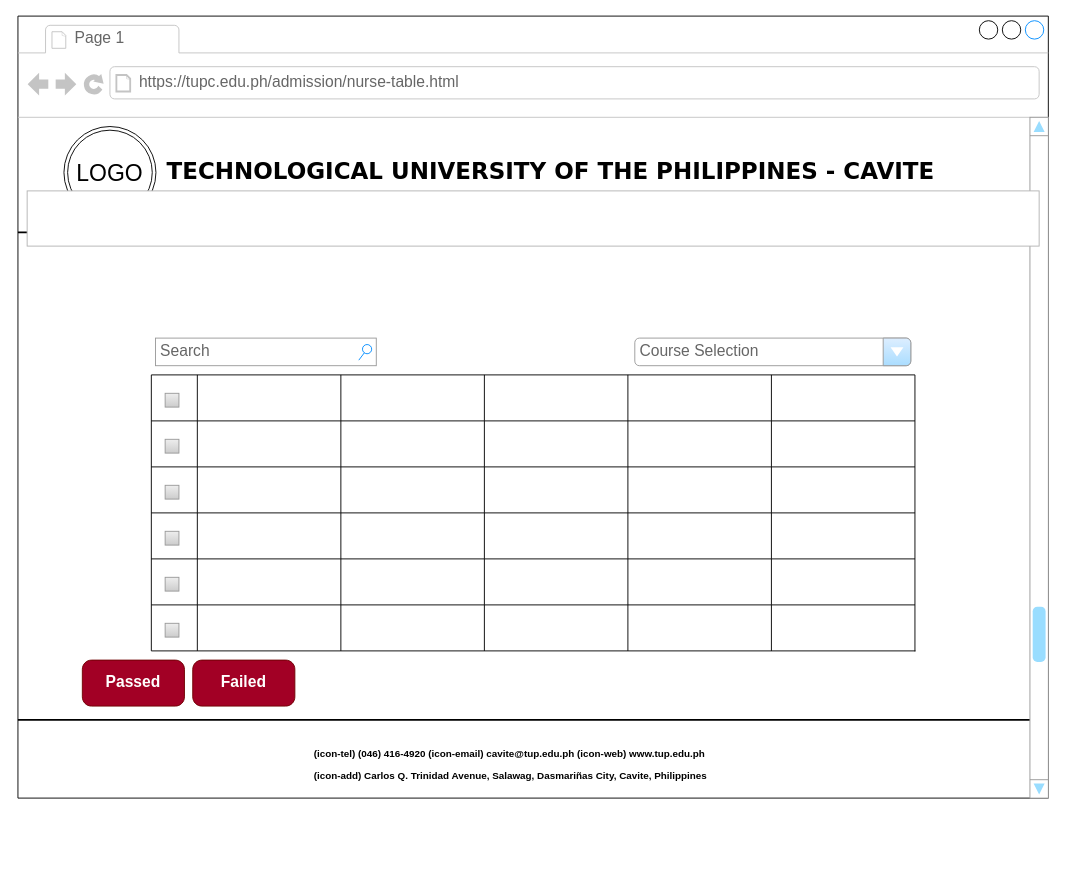
Above: wireframe/Nurse-table.drawio in paofrencillo/WEB-APP (draw.io), before the change. Source tidied: cells renumbered, new cells numbered last; positions are measured from the earlier drawing's top-left corner, leaving out a move shared by most shapes. Both pictures are drawn from the tidied source at 92%, with x=0, y=0 at pixel (17, 16).
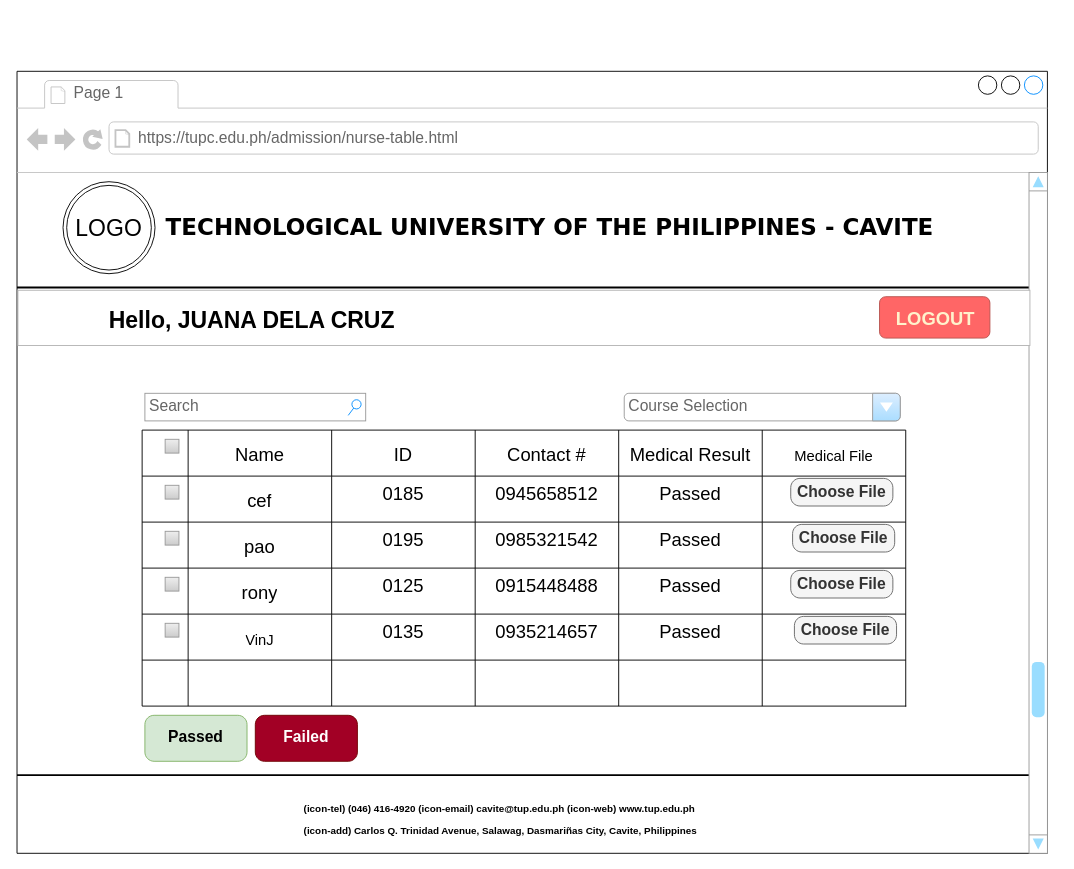
The same page after the edit.

Commit message (it also covers changes not shown here):
lagyan mo ng download button cef sa nurse table

The change refers to these unchanged cells:
```xml
<mxCell id="17" style="shape=partialRectangle;html=1;whiteSpace=wrap;fillColor=none;top=0;left=0;bottom=0;right=0;rounded=1;fontSize=29;align=center;verticalAlign=top;" parent="16" vertex="1">
  <mxGeometry width="830" height="50" as="geometry" />
</mxCell>
<mxCell id="24" style="shape=partialRectangle;html=1;whiteSpace=wrap;fillColor=none;top=0;left=0;bottom=0;right=0;rounded=1;fontSize=29;align=center;verticalAlign=top;" parent="16" vertex="1">
  <mxGeometry y="50" width="830" height="50" as="geometry" />
</mxCell>
<mxCell id="31" style="shape=partialRectangle;html=1;whiteSpace=wrap;fillColor=none;top=0;left=0;bottom=0;right=0;rounded=1;fontSize=29;align=center;verticalAlign=top;" parent="16" vertex="1">
  <mxGeometry y="100" width="830" height="50" as="geometry" />
</mxCell>
<mxCell id="38" style="shape=partialRectangle;html=1;whiteSpace=wrap;fillColor=none;top=0;left=0;bottom=0;right=0;rounded=1;fontSize=29;align=center;verticalAlign=top;" parent="16" vertex="1">
  <mxGeometry y="150" width="830" height="50" as="geometry" />
</mxCell>
<mxCell id="45" style="shape=partialRectangle;html=1;whiteSpace=wrap;fillColor=none;top=0;left=0;bottom=0;right=0;rounded=1;fontSize=29;align=center;verticalAlign=top;" parent="16" vertex="1">
  <mxGeometry y="200" width="830" height="50" as="geometry" />
</mxCell>
```

The edit, as a diff of the source:
```diff
@@
     <mxCell id="2" style="strokeWidth=1;shadow=0;dashed=0;align=center;html=1;shape=mxgraph.mockup.containers.browserWindow;rSize=0;strokeColor2=#008cff;strokeColor3=#c4c4c4;mainText=,;fontSize=25;spacing=1;" parent="1" vertex="1">
-      <mxGeometry width="1120" height="850" as="geometry" />
+      <mxGeometry x="-1" y="60" width="1120" height="850" as="geometry" />
     </mxCell>
@@
     <mxCell id="10" value="&lt;span style=&quot;font-family: &amp;#34;euphemia&amp;#34; ; font-size: 10.72px ; font-weight: 700&quot;&gt;(icon-tel) (046) 416-4920 (icon-email) cavite@tup.edu.ph (icon-web) www.tup.edu.ph&lt;br&gt;&lt;/span&gt;&lt;span style=&quot;font-family: &amp;#34;euphemia&amp;#34; ; font-size: 10.72px ; font-weight: 700&quot;&gt;(icon-add) Carlos Q. Trinidad Avenue, Salawag, Dasmariñas City, Cavite, Philippines&lt;/span&gt;&lt;span style=&quot;font-family: &amp;#34;euphemia&amp;#34; ; font-size: 10.72px ; font-weight: 700&quot;&gt;&lt;br&gt;&lt;/span&gt;" style="rounded=0;whiteSpace=wrap;html=1;fontSize=20;strokeWidth=1;fillColor=none;align=left;verticalAlign=top;strokeColor=none;" parent="2" vertex="1">
-      <mxGeometry x="320" y="780" width="480" height="60" as="geometry" />
+      <mxGeometry x="310" y="780" width="480" height="60" as="geometry" />
     </mxCell>
     <mxCell id="11" value="Search" style="strokeWidth=1;shadow=0;dashed=0;align=center;html=1;shape=mxgraph.mockup.forms.searchBox;strokeColor=#999999;mainText=;strokeColor2=#008cff;fontColor=#666666;fontSize=17;align=left;spacingLeft=3;rounded=0;fillColor=#FFFFFF;" parent="2" vertex="1">
-      <mxGeometry x="149.5" y="350" width="240" height="30" as="geometry" />
+      <mxGeometry x="139" y="350" width="240" height="30" as="geometry" />
     </mxCell>
     <mxCell id="12" value="Course Selection" style="strokeWidth=1;shadow=0;dashed=0;align=center;html=1;shape=mxgraph.mockup.forms.comboBox;strokeColor=#999999;fillColor=#ddeeff;align=left;fillColor2=#aaddff;mainText=;fontColor=#666666;fontSize=17;spacingLeft=3;rounded=0;" parent="2" vertex="1">
-      <mxGeometry x="670.5" y="350" width="300" height="30" as="geometry" />
+      <mxGeometry x="660" y="350" width="300" height="30" as="geometry" />
     </mxCell>
-    <mxCell id="13" value="Passed" style="strokeWidth=1;shadow=0;dashed=0;align=center;html=1;shape=mxgraph.mockup.buttons.button;strokeColor=#6F0000;fontColor=#ffffff;mainText=;buttonStyle=round;fontSize=17;fontStyle=1;fillColor=#a20025;whiteSpace=wrap;rounded=0;" parent="2" vertex="1">
-      <mxGeometry x="70" y="700" width="111" height="50" as="geometry" />
+    <mxCell id="13" value="Passed" style="strokeWidth=1;shadow=0;dashed=0;align=center;html=1;shape=mxgraph.mockup.buttons.button;strokeColor=#82b366;mainText=;buttonStyle=round;fontSize=17;fontStyle=1;fillColor=#d5e8d4;whiteSpace=wrap;rounded=0;" parent="2" vertex="1">
+      <mxGeometry x="139" y="700" width="111" height="50" as="geometry" />
     </mxCell>
     <mxCell id="14" value="Failed" style="strokeWidth=1;shadow=0;dashed=0;align=center;html=1;shape=mxgraph.mockup.buttons.button;strokeColor=#6F0000;fontColor=#ffffff;mainText=;buttonStyle=round;fontSize=17;fontStyle=1;fillColor=#a20025;whiteSpace=wrap;rounded=0;" parent="2" vertex="1">
-      <mxGeometry x="190" y="700" width="111" height="50" as="geometry" />
+      <mxGeometry x="259" y="700" width="111" height="50" as="geometry" />
     </mxCell>
-    <mxCell id="15" style="rounded=0;whiteSpace=wrap;html=1;strokeColor=#B3B3B3;" parent="2" vertex="1">
-      <mxGeometry x="10" y="190" width="1100" height="60" as="geometry" />
-    </mxCell>
+    <mxCell id="65" style="rounded=0;whiteSpace=wrap;html=1;strokeColor=#B3B3B3;" parent="2" vertex="1">
+      <mxGeometry x="1" y="238" width="1100" height="60" as="geometry" />
+    </mxCell>
+    <mxCell id="66" value="&lt;b&gt;&lt;font style=&quot;font-size: 25px&quot;&gt;Hello, JUANA DELA CRUZ&lt;/font&gt;&lt;/b&gt;" style="text;html=1;strokeColor=none;fillColor=none;align=center;verticalAlign=middle;whiteSpace=wrap;rounded=0;" parent="2" vertex="1">
+      <mxGeometry x="38.5" y="245" width="433" height="50" as="geometry" />
+    </mxCell>
+    <mxCell id="67" value="&lt;b&gt;&lt;font color=&quot;#fff2cc&quot; style=&quot;font-size: 20px&quot;&gt;LOGOUT&lt;/font&gt;&lt;/b&gt;" style="rounded=1;fillColor=#FF6666;align=center;strokeColor=#b85450;html=1;fontSize=12;sketch=0;" parent="2" vertex="1">
+      <mxGeometry x="937.5" y="245" width="120" height="45" as="geometry" />
+    </mxCell>
-    <mxCell id="16" style="shape=table;html=1;whiteSpace=wrap;startSize=0;childLayout=tableLayout;rounded=0;fontSize=29;align=center;verticalAlign=top;spacing=1;direction=west;fillColor=#FFFFFF;strokeColor=#000000;" parent="1" vertex="1">
-      <mxGeometry x="145" y="390" width="830" height="300" as="geometry" />
+    <mxCell id="16" style="shape=table;html=1;whiteSpace=wrap;startSize=0;childLayout=tableLayout;rounded=0;fontSize=20;align=center;verticalAlign=top;spacing=1;direction=west;fillColor=#FFFFFF;strokeColor=#000000;" parent="1" vertex="1">
+      <mxGeometry x="135" y="450" width="830" height="300" as="geometry" />
     </mxCell>
@@
-    <mxCell id="19" style="shape=partialRectangle;html=1;whiteSpace=wrap;fillColor=none;top=0;left=0;bottom=0;right=0;overflow=hidden;rounded=1;fontSize=29;align=center;verticalAlign=top;" parent="17" vertex="1">
+    <mxCell id="19" value="&lt;font style=&quot;font-size: 20px&quot;&gt;Name&lt;/font&gt;" style="shape=partialRectangle;html=1;whiteSpace=wrap;fillColor=none;top=0;left=0;bottom=0;right=0;overflow=hidden;rounded=1;fontSize=29;align=center;verticalAlign=top;" parent="17" vertex="1">
       <mxGeometry x="50" width="156" height="50" as="geometry" />
     </mxCell>
-    <mxCell id="20" style="shape=partialRectangle;html=1;whiteSpace=wrap;fillColor=none;top=0;left=0;bottom=0;right=0;overflow=hidden;rounded=1;fontSize=29;align=center;verticalAlign=top;" parent="17" vertex="1">
+    <mxCell id="20" value="&lt;font style=&quot;font-size: 20px&quot;&gt;ID&lt;/font&gt;" style="shape=partialRectangle;html=1;whiteSpace=wrap;fillColor=none;top=0;left=0;bottom=0;right=0;overflow=hidden;rounded=1;fontSize=29;align=center;verticalAlign=top;" parent="17" vertex="1">
       <mxGeometry x="206" width="156" height="50" as="geometry" />
     </mxCell>
-    <mxCell id="21" style="shape=partialRectangle;html=1;whiteSpace=wrap;fillColor=none;top=0;left=0;bottom=0;right=0;overflow=hidden;rounded=1;fontSize=29;align=center;verticalAlign=top;" parent="17" vertex="1">
+    <mxCell id="21" value="&lt;font style=&quot;font-size: 20px&quot;&gt;Contact #&lt;/font&gt;" style="shape=partialRectangle;html=1;whiteSpace=wrap;fillColor=none;top=0;left=0;bottom=0;right=0;overflow=hidden;rounded=1;fontSize=29;align=center;verticalAlign=top;" parent="17" vertex="1">
       <mxGeometry x="362" width="156" height="50" as="geometry" />
     </mxCell>
-    <mxCell id="22" style="shape=partialRectangle;html=1;whiteSpace=wrap;fillColor=none;top=0;left=0;bottom=0;right=0;overflow=hidden;rounded=1;fontSize=29;align=center;verticalAlign=top;" parent="17" vertex="1">
+    <mxCell id="22" value="&lt;font style=&quot;font-size: 20px&quot;&gt;Medical Result&lt;/font&gt;" style="shape=partialRectangle;html=1;whiteSpace=wrap;fillColor=none;top=0;left=0;bottom=0;right=0;overflow=hidden;rounded=1;fontSize=29;align=center;verticalAlign=top;" parent="17" vertex="1">
       <mxGeometry x="518" width="156" height="50" as="geometry" />
     </mxCell>
-    <mxCell id="23" style="shape=partialRectangle;html=1;whiteSpace=wrap;fillColor=none;top=0;left=0;bottom=0;right=0;overflow=hidden;rounded=1;fontSize=29;align=center;verticalAlign=top;" parent="17" vertex="1">
+    <mxCell id="23" value="&lt;font size=&quot;3&quot;&gt;Medical File&lt;/font&gt;" style="shape=partialRectangle;html=1;whiteSpace=wrap;fillColor=none;top=0;left=0;bottom=0;right=0;overflow=hidden;rounded=1;fontSize=29;align=center;verticalAlign=top;" parent="17" vertex="1">
       <mxGeometry x="674" width="156" height="50" as="geometry" />
     </mxCell>
@@
-    <mxCell id="26" style="shape=partialRectangle;html=1;whiteSpace=wrap;fillColor=none;top=0;left=0;bottom=0;right=0;overflow=hidden;rounded=1;fontSize=29;align=center;verticalAlign=top;" parent="24" vertex="1">
+    <mxCell id="26" value="&lt;font style=&quot;font-size: 20px&quot;&gt;cef&lt;/font&gt;" style="shape=partialRectangle;html=1;whiteSpace=wrap;fillColor=none;top=0;left=0;bottom=0;right=0;overflow=hidden;rounded=1;fontSize=29;align=center;verticalAlign=top;" parent="24" vertex="1">
       <mxGeometry x="50" width="156" height="50" as="geometry" />
     </mxCell>
-    <mxCell id="27" style="shape=partialRectangle;html=1;whiteSpace=wrap;fillColor=none;top=0;left=0;bottom=0;right=0;overflow=hidden;rounded=1;fontSize=29;align=center;verticalAlign=top;" parent="24" vertex="1">
+    <mxCell id="27" value="0185" style="shape=partialRectangle;html=1;whiteSpace=wrap;fillColor=none;top=0;left=0;bottom=0;right=0;overflow=hidden;rounded=1;fontSize=20;align=center;verticalAlign=top;" parent="24" vertex="1">
       <mxGeometry x="206" width="156" height="50" as="geometry" />
     </mxCell>
-    <mxCell id="28" style="shape=partialRectangle;html=1;whiteSpace=wrap;fillColor=none;top=0;left=0;bottom=0;right=0;overflow=hidden;rounded=1;fontSize=29;align=center;verticalAlign=top;" parent="24" vertex="1">
+    <mxCell id="28" value="0945658512" style="shape=partialRectangle;html=1;whiteSpace=wrap;fillColor=none;top=0;left=0;bottom=0;right=0;overflow=hidden;rounded=1;fontSize=20;align=center;verticalAlign=top;" parent="24" vertex="1">
       <mxGeometry x="362" width="156" height="50" as="geometry" />
     </mxCell>
-    <mxCell id="29" style="shape=partialRectangle;html=1;whiteSpace=wrap;fillColor=none;top=0;left=0;bottom=0;right=0;overflow=hidden;rounded=1;fontSize=29;align=center;verticalAlign=top;" parent="24" vertex="1">
+    <mxCell id="29" value="Passed" style="shape=partialRectangle;html=1;whiteSpace=wrap;fillColor=none;top=0;left=0;bottom=0;right=0;overflow=hidden;rounded=1;fontSize=20;align=center;verticalAlign=top;" parent="24" vertex="1">
       <mxGeometry x="518" width="156" height="50" as="geometry" />
     </mxCell>
@@
-    <mxCell id="33" style="shape=partialRectangle;html=1;whiteSpace=wrap;fillColor=none;top=0;left=0;bottom=0;right=0;overflow=hidden;rounded=1;fontSize=29;align=center;verticalAlign=top;" parent="31" vertex="1">
+    <mxCell id="33" value="&lt;font style=&quot;font-size: 20px&quot;&gt;pao&lt;/font&gt;" style="shape=partialRectangle;html=1;whiteSpace=wrap;fillColor=none;top=0;left=0;bottom=0;right=0;overflow=hidden;rounded=1;fontSize=29;align=center;verticalAlign=top;" parent="31" vertex="1">
       <mxGeometry x="50" width="156" height="50" as="geometry" />
     </mxCell>
-    <mxCell id="34" style="shape=partialRectangle;html=1;whiteSpace=wrap;fillColor=none;top=0;left=0;bottom=0;right=0;overflow=hidden;rounded=1;fontSize=29;align=center;verticalAlign=top;" parent="31" vertex="1">
+    <mxCell id="34" value="0195" style="shape=partialRectangle;html=1;whiteSpace=wrap;fillColor=none;top=0;left=0;bottom=0;right=0;overflow=hidden;rounded=1;fontSize=20;align=center;verticalAlign=top;" parent="31" vertex="1">
       <mxGeometry x="206" width="156" height="50" as="geometry" />
     </mxCell>
-    <mxCell id="35" style="shape=partialRectangle;html=1;whiteSpace=wrap;fillColor=none;top=0;left=0;bottom=0;right=0;overflow=hidden;rounded=1;fontSize=29;align=center;verticalAlign=top;" parent="31" vertex="1">
+    <mxCell id="35" value="0985321542" style="shape=partialRectangle;html=1;whiteSpace=wrap;fillColor=none;top=0;left=0;bottom=0;right=0;overflow=hidden;rounded=1;fontSize=20;align=center;verticalAlign=top;" parent="31" vertex="1">
       <mxGeometry x="362" width="156" height="50" as="geometry" />
     </mxCell>
-    <mxCell id="36" style="shape=partialRectangle;html=1;whiteSpace=wrap;fillColor=none;top=0;left=0;bottom=0;right=0;overflow=hidden;rounded=1;fontSize=29;align=center;verticalAlign=top;" parent="31" vertex="1">
+    <mxCell id="36" value="Passed" style="shape=partialRectangle;html=1;whiteSpace=wrap;fillColor=none;top=0;left=0;bottom=0;right=0;overflow=hidden;rounded=1;fontSize=20;align=center;verticalAlign=top;" parent="31" vertex="1">
       <mxGeometry x="518" width="156" height="50" as="geometry" />
     </mxCell>
@@
-    <mxCell id="40" style="shape=partialRectangle;html=1;whiteSpace=wrap;fillColor=none;top=0;left=0;bottom=0;right=0;overflow=hidden;rounded=1;fontSize=29;align=center;verticalAlign=top;" parent="38" vertex="1">
+    <mxCell id="40" value="&lt;font style=&quot;font-size: 20px&quot;&gt;rony&lt;/font&gt;" style="shape=partialRectangle;html=1;whiteSpace=wrap;fillColor=none;top=0;left=0;bottom=0;right=0;overflow=hidden;rounded=1;fontSize=29;align=center;verticalAlign=top;" parent="38" vertex="1">
       <mxGeometry x="50" width="156" height="50" as="geometry" />
     </mxCell>
-    <mxCell id="41" style="shape=partialRectangle;html=1;whiteSpace=wrap;fillColor=none;top=0;left=0;bottom=0;right=0;overflow=hidden;rounded=1;fontSize=29;align=center;verticalAlign=top;" parent="38" vertex="1">
+    <mxCell id="41" value="0125" style="shape=partialRectangle;html=1;whiteSpace=wrap;fillColor=none;top=0;left=0;bottom=0;right=0;overflow=hidden;rounded=1;fontSize=20;align=center;verticalAlign=top;" parent="38" vertex="1">
       <mxGeometry x="206" width="156" height="50" as="geometry" />
     </mxCell>
-    <mxCell id="42" style="shape=partialRectangle;html=1;whiteSpace=wrap;fillColor=none;top=0;left=0;bottom=0;right=0;overflow=hidden;rounded=1;fontSize=29;align=center;verticalAlign=top;" parent="38" vertex="1">
+    <mxCell id="42" value="0915448488" style="shape=partialRectangle;html=1;whiteSpace=wrap;fillColor=none;top=0;left=0;bottom=0;right=0;overflow=hidden;rounded=1;fontSize=20;align=center;verticalAlign=top;" parent="38" vertex="1">
       <mxGeometry x="362" width="156" height="50" as="geometry" />
     </mxCell>
-    <mxCell id="43" style="shape=partialRectangle;html=1;whiteSpace=wrap;fillColor=none;top=0;left=0;bottom=0;right=0;overflow=hidden;rounded=1;fontSize=29;align=center;verticalAlign=top;" parent="38" vertex="1">
+    <mxCell id="43" value="Passed" style="shape=partialRectangle;html=1;whiteSpace=wrap;fillColor=none;top=0;left=0;bottom=0;right=0;overflow=hidden;rounded=1;fontSize=20;align=center;verticalAlign=top;" parent="38" vertex="1">
       <mxGeometry x="518" width="156" height="50" as="geometry" />
     </mxCell>
@@
-    <mxCell id="47" style="shape=partialRectangle;html=1;whiteSpace=wrap;fillColor=none;top=0;left=0;bottom=0;right=0;overflow=hidden;rounded=1;fontSize=29;align=center;verticalAlign=top;" parent="45" vertex="1">
+    <mxCell id="47" value="&lt;font size=&quot;3&quot;&gt;VinJ&lt;/font&gt;" style="shape=partialRectangle;html=1;whiteSpace=wrap;fillColor=none;top=0;left=0;bottom=0;right=0;overflow=hidden;rounded=1;fontSize=29;align=center;verticalAlign=top;" parent="45" vertex="1">
       <mxGeometry x="50" width="156" height="50" as="geometry" />
     </mxCell>
-    <mxCell id="48" style="shape=partialRectangle;html=1;whiteSpace=wrap;fillColor=none;top=0;left=0;bottom=0;right=0;overflow=hidden;rounded=1;fontSize=29;align=center;verticalAlign=top;" parent="45" vertex="1">
+    <mxCell id="48" value="0135" style="shape=partialRectangle;html=1;whiteSpace=wrap;fillColor=none;top=0;left=0;bottom=0;right=0;overflow=hidden;rounded=1;fontSize=20;align=center;verticalAlign=top;" parent="45" vertex="1">
       <mxGeometry x="206" width="156" height="50" as="geometry" />
     </mxCell>
-    <mxCell id="49" style="shape=partialRectangle;html=1;whiteSpace=wrap;fillColor=none;top=0;left=0;bottom=0;right=0;overflow=hidden;rounded=1;fontSize=29;align=center;verticalAlign=top;" parent="45" vertex="1">
+    <mxCell id="49" value="0935214657" style="shape=partialRectangle;html=1;whiteSpace=wrap;fillColor=none;top=0;left=0;bottom=0;right=0;overflow=hidden;rounded=1;fontSize=20;align=center;verticalAlign=top;" parent="45" vertex="1">
       <mxGeometry x="362" width="156" height="50" as="geometry" />
     </mxCell>
-    <mxCell id="50" style="shape=partialRectangle;html=1;whiteSpace=wrap;fillColor=none;top=0;left=0;bottom=0;right=0;overflow=hidden;rounded=1;fontSize=29;align=center;verticalAlign=top;" parent="45" vertex="1">
+    <mxCell id="50" value="Passed" style="shape=partialRectangle;html=1;whiteSpace=wrap;fillColor=none;top=0;left=0;bottom=0;right=0;overflow=hidden;rounded=1;fontSize=20;align=center;verticalAlign=top;" parent="45" vertex="1">
       <mxGeometry x="518" width="156" height="50" as="geometry" />
     </mxCell>
@@
-    <mxCell id="59" style="strokeWidth=1;shadow=0;dashed=0;align=center;html=1;shape=mxgraph.mockup.forms.rrect;rSize=0;fillColor=#eeeeee;strokeColor=#999999;gradientColor=#cccccc;align=left;spacingLeft=4;fontSize=17;fontColor=#666666;labelPosition=right;rounded=0;" parent="1" vertex="1">
-      <mxGeometry x="160" y="410" width="15" height="15" as="geometry" />
-    </mxCell>
+    <mxCell id="68" value="Choose File" style="strokeWidth=1;shadow=0;dashed=0;align=center;html=1;shape=mxgraph.mockup.buttons.button;strokeColor=#666666;fontColor=#333333;mainText=;buttonStyle=round;fontSize=17;fontStyle=1;fillColor=#f5f5f5;whiteSpace=wrap;rounded=0;" parent="1" vertex="1">
+      <mxGeometry x="840" y="502.5" width="111" height="30" as="geometry" />
+    </mxCell>
+    <mxCell id="69" value="Choose File" style="strokeWidth=1;shadow=0;dashed=0;align=center;html=1;shape=mxgraph.mockup.buttons.button;strokeColor=#666666;fontColor=#333333;mainText=;buttonStyle=round;fontSize=17;fontStyle=1;fillColor=#f5f5f5;whiteSpace=wrap;rounded=0;" parent="1" vertex="1">
+      <mxGeometry x="842" y="552.5" width="111" height="30" as="geometry" />
+    </mxCell>
+    <mxCell id="70" value="Choose File" style="strokeWidth=1;shadow=0;dashed=0;align=center;html=1;shape=mxgraph.mockup.buttons.button;strokeColor=#666666;fontColor=#333333;mainText=;buttonStyle=round;fontSize=17;fontStyle=1;fillColor=#f5f5f5;whiteSpace=wrap;rounded=0;" parent="1" vertex="1">
+      <mxGeometry x="840" y="602.5" width="111" height="30" as="geometry" />
+    </mxCell>
+    <mxCell id="71" value="Choose File" style="strokeWidth=1;shadow=0;dashed=0;align=center;html=1;shape=mxgraph.mockup.buttons.button;strokeColor=#666666;fontColor=#333333;mainText=;buttonStyle=round;fontSize=17;fontStyle=1;fillColor=#f5f5f5;whiteSpace=wrap;rounded=0;" parent="1" vertex="1">
+      <mxGeometry x="844" y="652.5" width="111" height="30" as="geometry" />
+    </mxCell>
```
